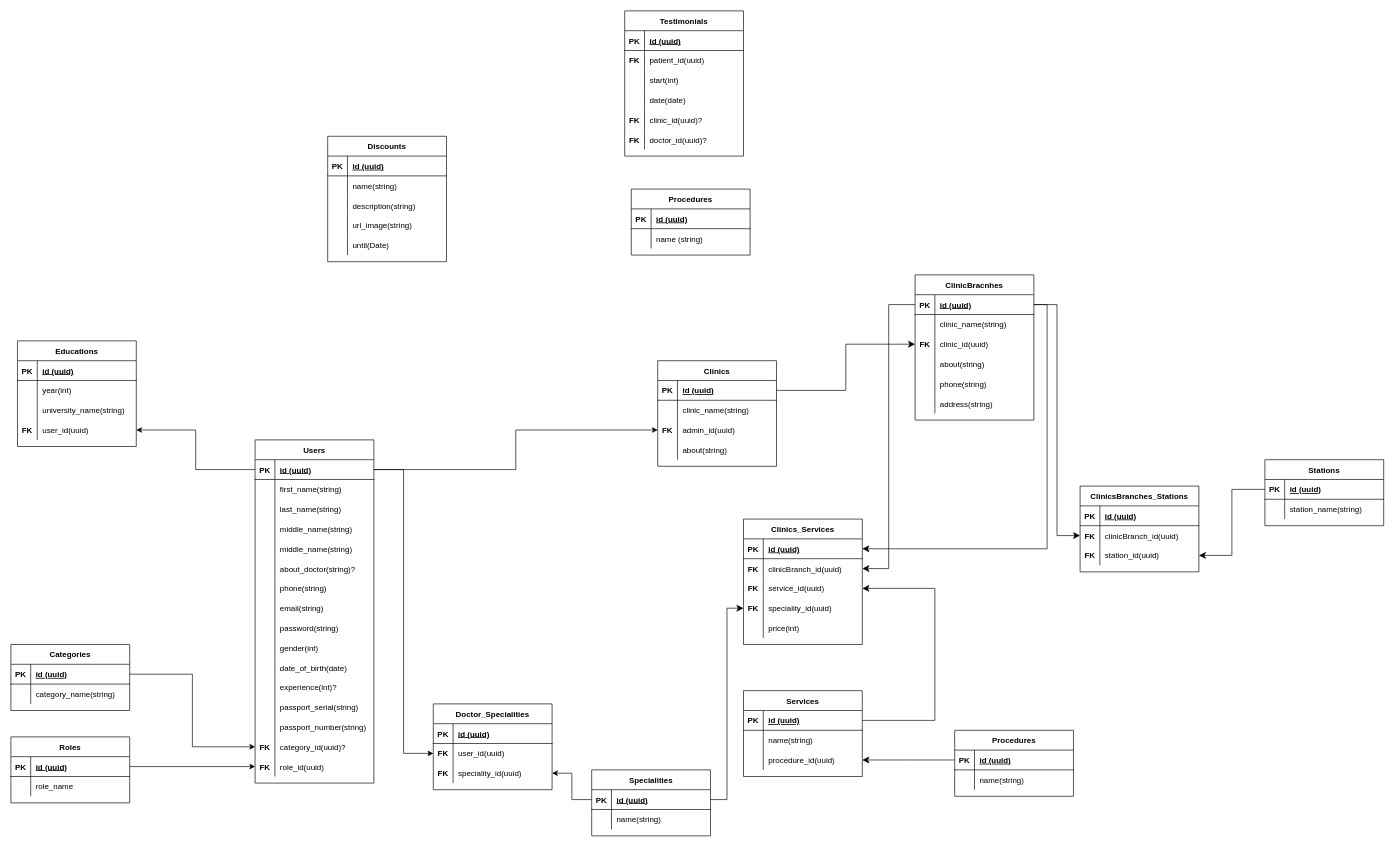
Before: Untitled Diagram.drawio in fao30/sector, a draw.io diagram. Source tidied: cells renumbered, new cells numbered last; positions are measured from the earlier drawing's top-left corner, leaving out a move shared by most shapes. Both pictures are drawn from the tidied source at 66%, with x=0, y=0 at pixel (11, 11).
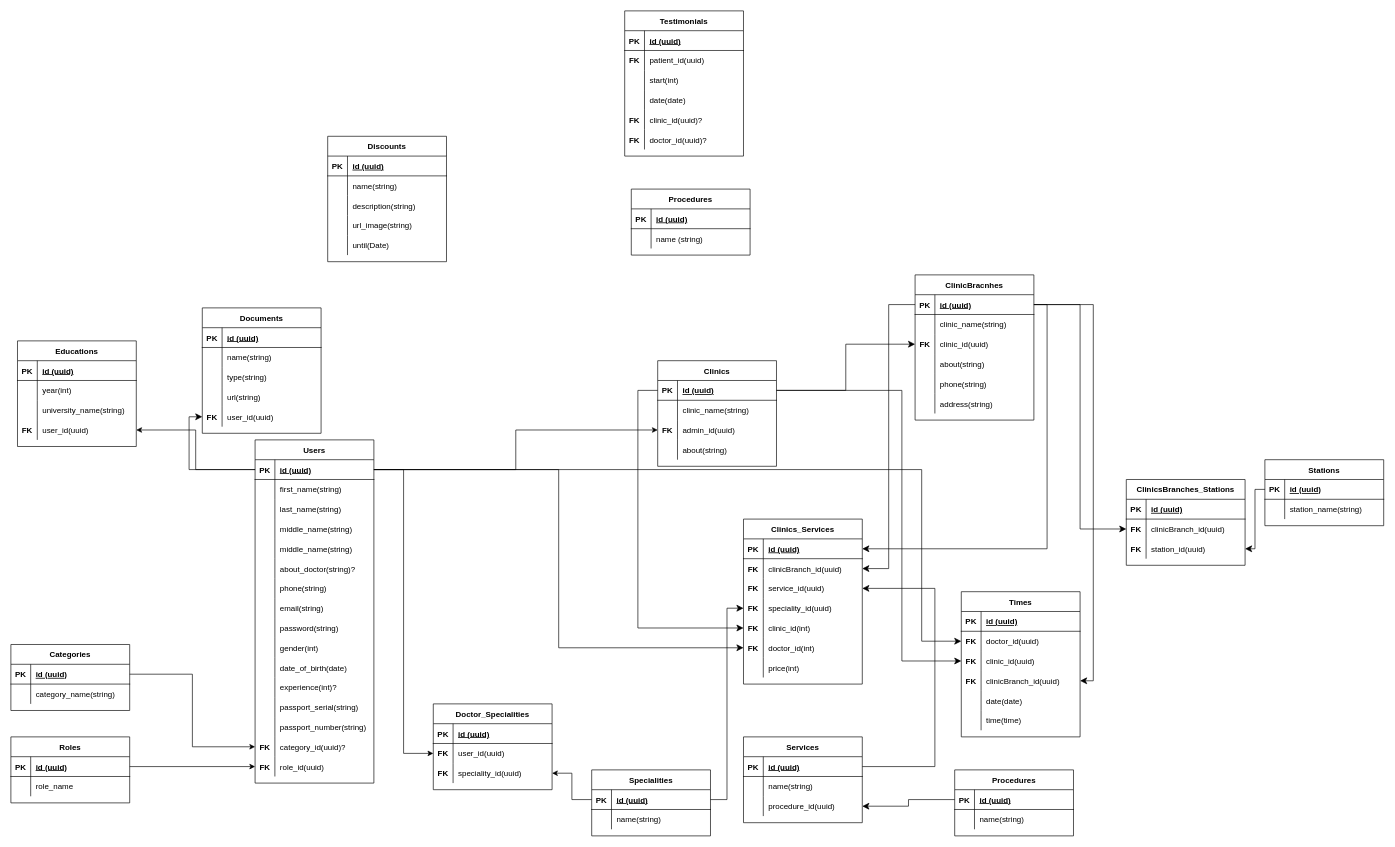
Above is the later version.

Unchanged cells that the change refers to:
```xml
<mxCell id="3" style="shape=tableRow;horizontal=0;startSize=0;swimlaneHead=0;swimlaneBody=0;fillColor=none;points=[[0,0.5],[1,0.5]];portConstraint=eastwest;top=0;left=0;right=0;bottom=1;" parent="2" vertex="1">
  <mxGeometry y="30" width="180" height="30" as="geometry" />
</mxCell>
<mxCell id="59" style="shape=tableRow;horizontal=0;startSize=0;swimlaneHead=0;swimlaneBody=0;fillColor=none;points=[[0,0.5],[1,0.5]];portConstraint=eastwest;top=0;left=0;right=0;bottom=1;" parent="58" vertex="1">
  <mxGeometry y="30" width="180" height="30" as="geometry" />
</mxCell>
<mxCell id="89" style="shape=tableRow;horizontal=0;startSize=0;swimlaneHead=0;swimlaneBody=0;fillColor=none;points=[[0,0.5],[1,0.5]];portConstraint=eastwest;top=0;left=0;right=0;bottom=1;" parent="88" vertex="1">
  <mxGeometry y="30" width="180" height="30" as="geometry" />
</mxCell>
<mxCell id="158" style="shape=tableRow;horizontal=0;startSize=0;swimlaneHead=0;swimlaneBody=0;fillColor=none;points=[[0,0.5],[1,0.5]];portConstraint=eastwest;top=0;left=0;right=0;bottom=1;" parent="157" vertex="1">
  <mxGeometry y="30" width="180" height="30" as="geometry" />
</mxCell>
<mxCell id="197" style="shape=tableRow;horizontal=0;startSize=0;swimlaneHead=0;swimlaneBody=0;fillColor=none;points=[[0,0.5],[1,0.5]];portConstraint=eastwest;top=0;left=0;right=0;bottom=0;" parent="190" vertex="1">
  <mxGeometry y="90" width="180" height="30" as="geometry" />
</mxCell>
<mxCell id="213" style="shape=tableRow;horizontal=0;startSize=0;swimlaneHead=0;swimlaneBody=0;fillColor=none;points=[[0,0.5],[1,0.5]];portConstraint=eastwest;top=0;left=0;right=0;bottom=0;" parent="200" vertex="1">
  <mxGeometry y="150" width="180" height="30" as="geometry" />
</mxCell>
```

Change to the diagram source:
```diff
@@
     <mxCell id="78" value="ClinicsBranches_Stations" style="shape=table;startSize=30;childLayout=tableLayout;rowLines=0;fontStyle=1;align=center;" parent="1" vertex="1">
-      <mxGeometry x="1620" y="720" width="180" height="130" as="geometry" />
+      <mxGeometry x="1690" y="710" width="180" height="130" as="geometry" />
     </mxCell>
@@
     <mxCell id="157" value="Procedures" style="shape=table;startSize=30;childLayout=tableLayout;rowLines=0;fontStyle=1;align=center;" parent="1" vertex="1">
-      <mxGeometry x="1430" y="1090" width="180" height="100" as="geometry" />
+      <mxGeometry x="1430" y="1150" width="180" height="100" as="geometry" />
     </mxCell>
@@
     <mxCell id="190" value="Services" style="shape=table;startSize=30;childLayout=tableLayout;rowLines=0;fontStyle=1;align=center;" parent="1" vertex="1">
-      <mxGeometry x="1110" y="1030" width="180" height="130" as="geometry" />
+      <mxGeometry x="1110" y="1100" width="180" height="130" as="geometry" />
     </mxCell>
@@
     <mxCell id="200" value="Clinics_Services" style="shape=table;startSize=30;childLayout=tableLayout;rowLines=0;fontStyle=1;align=center;" parent="1" vertex="1">
-      <mxGeometry x="1110" y="770" width="180" height="190" as="geometry" />
+      <mxGeometry x="1110" y="770" width="180" height="250" as="geometry" />
     </mxCell>
@@
-    <mxCell id="214" style="shape=partialRectangle;fillColor=none;top=0;left=0;bottom=0;right=0;overflow=hidden;fontStyle=1;" parent="213" vertex="1">
+    <mxCell id="214" value="FK" style="shape=partialRectangle;fillColor=none;top=0;left=0;bottom=0;right=0;overflow=hidden;fontStyle=1;" parent="213" vertex="1">
       <mxGeometry width="30" height="30" as="geometry" />
     </mxCell>
-    <mxCell id="215" value="price(int)" style="shape=partialRectangle;fillColor=none;top=0;left=0;bottom=0;right=0;align=left;spacingLeft=6;overflow=hidden;" parent="213" vertex="1">
+    <mxCell id="215" value="clinic_id(int)" style="shape=partialRectangle;fillColor=none;top=0;left=0;bottom=0;right=0;align=left;spacingLeft=6;overflow=hidden;" parent="213" vertex="1">
       <mxGeometry x="30" width="150" height="30" as="geometry" />
     </mxCell>
+    <mxCell id="233" style="shape=tableRow;horizontal=0;startSize=0;swimlaneHead=0;swimlaneBody=0;fillColor=none;points=[[0,0.5],[1,0.5]];portConstraint=eastwest;top=0;left=0;right=0;bottom=0;" parent="200" vertex="1">
+      <mxGeometry y="180" width="180" height="30" as="geometry" />
+    </mxCell>
+    <mxCell id="234" value="FK" style="shape=partialRectangle;fillColor=none;top=0;left=0;bottom=0;right=0;overflow=hidden;fontStyle=1;" parent="233" vertex="1">
+      <mxGeometry width="30" height="30" as="geometry" />
+    </mxCell>
+    <mxCell id="235" value="doctor_id(int)" style="shape=partialRectangle;fillColor=none;top=0;left=0;bottom=0;right=0;align=left;spacingLeft=6;overflow=hidden;" parent="233" vertex="1">
+      <mxGeometry x="30" width="150" height="30" as="geometry" />
+    </mxCell>
+    <mxCell id="236" style="shape=tableRow;horizontal=0;startSize=0;swimlaneHead=0;swimlaneBody=0;fillColor=none;top=0;left=0;right=0;bottom=0;" parent="200" vertex="1">
+      <mxGeometry y="210" width="180" height="30" as="geometry" />
+    </mxCell>
+    <mxCell id="237" style="shape=partialRectangle;fillColor=none;top=0;left=0;bottom=0;right=0;overflow=hidden;fontStyle=1;" parent="236" vertex="1">
+      <mxGeometry width="30" height="30" as="geometry" />
+    </mxCell>
+    <mxCell id="238" value="price(int)" style="shape=partialRectangle;fillColor=none;top=0;left=0;bottom=0;right=0;align=left;spacingLeft=6;overflow=hidden;" parent="236" vertex="1">
+      <mxGeometry x="30" width="150" height="30" as="geometry" />
+    </mxCell>
@@
-    <mxCell id="231" style="edgeStyle=elbowEdgeStyle;rounded=0;jettySize=auto;html=1;fontSize=12;startSize=8;endSize=8;exitX=0;exitY=0.5;exitDx=0;exitDy=0;" parent="1" edge="1" source="158">
-      <mxGeometry relative="1" as="geometry">
-        <mxPoint x="1290" y="1135" as="targetPoint" />
-      </mxGeometry>
+    <mxCell id="231" style="edgeStyle=elbowEdgeStyle;rounded=0;jettySize=auto;html=1;fontSize=12;startSize=8;endSize=8;exitX=0;exitY=0.5;exitDx=0;exitDy=0;entryX=1;entryY=0.5;entryDx=0;entryDy=0;" parent="1" edge="1" source="158" target="197">
+      <mxGeometry relative="1" as="geometry" />
     </mxCell>
@@
+    <mxCell id="239" value="Documents" style="shape=table;startSize=30;childLayout=tableLayout;rowLines=0;fontStyle=1;align=center;" parent="1" vertex="1">
+      <mxGeometry x="290" y="450" width="180" height="190" as="geometry" />
+    </mxCell>
+    <mxCell id="240" style="shape=tableRow;horizontal=0;startSize=0;swimlaneHead=0;swimlaneBody=0;fillColor=none;top=0;left=0;right=0;bottom=1;" parent="239" vertex="1">
+      <mxGeometry y="30" width="180" height="30" as="geometry" />
+    </mxCell>
+    <mxCell id="241" value="PK" style="shape=partialRectangle;fillColor=none;top=0;left=0;bottom=0;right=0;fontStyle=1;overflow=hidden;" parent="240" vertex="1">
+      <mxGeometry width="30" height="30" as="geometry" />
+    </mxCell>
+    <mxCell id="242" value="id (uuid)" style="shape=partialRectangle;fillColor=none;top=0;left=0;bottom=0;right=0;align=left;spacingLeft=6;fontStyle=5;overflow=hidden;" parent="240" vertex="1">
+      <mxGeometry x="30" width="150" height="30" as="geometry" />
+    </mxCell>
+    <mxCell id="243" style="shape=tableRow;horizontal=0;startSize=0;swimlaneHead=0;swimlaneBody=0;fillColor=none;top=0;left=0;right=0;bottom=0;" parent="239" vertex="1">
+      <mxGeometry y="60" width="180" height="30" as="geometry" />
+    </mxCell>
+    <mxCell id="244" style="shape=partialRectangle;fillColor=none;top=0;left=0;bottom=0;right=0;overflow=hidden;" parent="243" vertex="1">
+      <mxGeometry width="30" height="30" as="geometry" />
+    </mxCell>
+    <mxCell id="245" value="name(string)" style="shape=partialRectangle;fillColor=none;top=0;left=0;bottom=0;right=0;align=left;spacingLeft=6;overflow=hidden;" parent="243" vertex="1">
+      <mxGeometry x="30" width="150" height="30" as="geometry" />
+    </mxCell>
+    <mxCell id="246" style="shape=tableRow;horizontal=0;startSize=0;swimlaneHead=0;swimlaneBody=0;fillColor=none;top=0;left=0;right=0;bottom=0;" parent="239" vertex="1">
+      <mxGeometry y="90" width="180" height="30" as="geometry" />
+    </mxCell>
+    <mxCell id="247" style="shape=partialRectangle;fillColor=none;top=0;left=0;bottom=0;right=0;overflow=hidden;" parent="246" vertex="1">
+      <mxGeometry width="30" height="30" as="geometry" />
+    </mxCell>
+    <mxCell id="248" value="type(string)" style="shape=partialRectangle;fillColor=none;top=0;left=0;bottom=0;right=0;align=left;spacingLeft=6;overflow=hidden;" parent="246" vertex="1">
+      <mxGeometry x="30" width="150" height="30" as="geometry" />
+    </mxCell>
+    <mxCell id="249" style="shape=tableRow;horizontal=0;startSize=0;swimlaneHead=0;swimlaneBody=0;fillColor=none;top=0;left=0;right=0;bottom=0;" parent="239" vertex="1">
+      <mxGeometry y="120" width="180" height="30" as="geometry" />
+    </mxCell>
+    <mxCell id="250" style="shape=partialRectangle;fillColor=none;top=0;left=0;bottom=0;right=0;overflow=hidden;" parent="249" vertex="1">
+      <mxGeometry width="30" height="30" as="geometry" />
+    </mxCell>
+    <mxCell id="251" value="url(string)" style="shape=partialRectangle;fillColor=none;top=0;left=0;bottom=0;right=0;align=left;spacingLeft=6;overflow=hidden;" parent="249" vertex="1">
+      <mxGeometry x="30" width="150" height="30" as="geometry" />
+    </mxCell>
+    <mxCell id="252" style="shape=tableRow;horizontal=0;startSize=0;swimlaneHead=0;swimlaneBody=0;fillColor=none;points=[[0,0.5],[1,0.5]];portConstraint=eastwest;top=0;left=0;right=0;bottom=0;" parent="239" vertex="1">
+      <mxGeometry y="150" width="180" height="30" as="geometry" />
+    </mxCell>
+    <mxCell id="253" value="FK" style="shape=partialRectangle;fillColor=none;top=0;left=0;bottom=0;right=0;overflow=hidden;fontStyle=1;" parent="252" vertex="1">
+      <mxGeometry width="30" height="30" as="geometry" />
+    </mxCell>
+    <mxCell id="254" value="user_id(uuid)" style="shape=partialRectangle;fillColor=none;top=0;left=0;bottom=0;right=0;align=left;spacingLeft=6;overflow=hidden;" parent="252" vertex="1">
+      <mxGeometry x="30" width="150" height="30" as="geometry" />
+    </mxCell>
+    <mxCell id="255" style="edgeStyle=elbowEdgeStyle;rounded=0;jettySize=auto;html=1;exitX=0;exitY=0.5;exitDx=0;exitDy=0;entryX=0;entryY=0.5;entryDx=0;entryDy=0;fontSize=12;startSize=8;endSize=8;" parent="1" edge="1" source="3" target="252">
+      <mxGeometry relative="1" as="geometry">
+        <Array as="points">
+          <mxPoint x="270" y="640" />
+        </Array>
+      </mxGeometry>
+    </mxCell>
+    <mxCell id="256" style="edgeStyle=elbowEdgeStyle;rounded=0;jettySize=auto;html=1;exitX=0;exitY=0.5;exitDx=0;exitDy=0;entryX=0;entryY=0.5;entryDx=0;entryDy=0;fontSize=12;startSize=8;endSize=8;" parent="1" edge="1" source="59" target="213">
+      <mxGeometry relative="1" as="geometry">
+        <Array as="points">
+          <mxPoint x="950" y="760" />
+        </Array>
+      </mxGeometry>
+    </mxCell>
+    <mxCell id="257" style="edgeStyle=elbowEdgeStyle;rounded=0;jettySize=auto;html=1;exitX=1;exitY=0.5;exitDx=0;exitDy=0;entryX=0;entryY=0.5;entryDx=0;entryDy=0;fontSize=12;startSize=8;endSize=8;" parent="1" edge="1" source="3" target="233">
+      <mxGeometry relative="1" as="geometry" />
+    </mxCell>
+    <mxCell id="258" value="Times" style="shape=table;startSize=30;childLayout=tableLayout;rowLines=0;fontStyle=1;align=center;" parent="1" vertex="1">
+      <mxGeometry x="1440" y="880" width="180" height="220" as="geometry" />
+    </mxCell>
+    <mxCell id="259" style="shape=tableRow;horizontal=0;startSize=0;swimlaneHead=0;swimlaneBody=0;fillColor=none;top=0;left=0;right=0;bottom=1;" parent="258" vertex="1">
+      <mxGeometry y="30" width="180" height="30" as="geometry" />
+    </mxCell>
+    <mxCell id="260" value="PK" style="shape=partialRectangle;fillColor=none;top=0;left=0;bottom=0;right=0;fontStyle=1;overflow=hidden;" parent="259" vertex="1">
+      <mxGeometry width="30" height="30" as="geometry" />
+    </mxCell>
+    <mxCell id="261" value="id (uuid)" style="shape=partialRectangle;fillColor=none;top=0;left=0;bottom=0;right=0;align=left;spacingLeft=6;fontStyle=5;overflow=hidden;" parent="259" vertex="1">
+      <mxGeometry x="30" width="150" height="30" as="geometry" />
+    </mxCell>
+    <mxCell id="262" style="shape=tableRow;horizontal=0;startSize=0;swimlaneHead=0;swimlaneBody=0;fillColor=none;points=[[0,0.5],[1,0.5]];portConstraint=eastwest;top=0;left=0;right=0;bottom=0;" parent="258" vertex="1">
+      <mxGeometry y="60" width="180" height="30" as="geometry" />
+    </mxCell>
+    <mxCell id="263" value="FK" style="shape=partialRectangle;fillColor=none;top=0;left=0;bottom=0;right=0;overflow=hidden;fontStyle=1;" parent="262" vertex="1">
+      <mxGeometry width="30" height="30" as="geometry" />
+    </mxCell>
+    <mxCell id="264" value="doctor_id(uuid)" style="shape=partialRectangle;fillColor=none;top=0;left=0;bottom=0;right=0;align=left;spacingLeft=6;overflow=hidden;" parent="262" vertex="1">
+      <mxGeometry x="30" width="150" height="30" as="geometry" />
+    </mxCell>
+    <mxCell id="265" style="shape=tableRow;horizontal=0;startSize=0;swimlaneHead=0;swimlaneBody=0;fillColor=none;points=[[0,0.5],[1,0.5]];portConstraint=eastwest;top=0;left=0;right=0;bottom=0;" parent="258" vertex="1">
+      <mxGeometry y="90" width="180" height="30" as="geometry" />
+    </mxCell>
+    <mxCell id="266" value="FK" style="shape=partialRectangle;fillColor=none;top=0;left=0;bottom=0;right=0;overflow=hidden;fontStyle=1;" parent="265" vertex="1">
+      <mxGeometry width="30" height="30" as="geometry" />
+    </mxCell>
+    <mxCell id="267" value="clinic_id(uuid)" style="shape=partialRectangle;fillColor=none;top=0;left=0;bottom=0;right=0;align=left;spacingLeft=6;overflow=hidden;" parent="265" vertex="1">
+      <mxGeometry x="30" width="150" height="30" as="geometry" />
+    </mxCell>
+    <mxCell id="268" style="shape=tableRow;horizontal=0;startSize=0;swimlaneHead=0;swimlaneBody=0;fillColor=none;points=[[0,0.5],[1,0.5]];portConstraint=eastwest;top=0;left=0;right=0;bottom=0;" parent="258" vertex="1">
+      <mxGeometry y="120" width="180" height="30" as="geometry" />
+    </mxCell>
+    <mxCell id="269" value="FK" style="shape=partialRectangle;fillColor=none;top=0;left=0;bottom=0;right=0;overflow=hidden;fontStyle=1;" parent="268" vertex="1">
+      <mxGeometry width="30" height="30" as="geometry" />
+    </mxCell>
+    <mxCell id="270" value="clinicBranch_id(uuid)" style="shape=partialRectangle;fillColor=none;top=0;left=0;bottom=0;right=0;align=left;spacingLeft=6;overflow=hidden;" parent="268" vertex="1">
+      <mxGeometry x="30" width="150" height="30" as="geometry" />
+    </mxCell>
+    <mxCell id="271" style="shape=tableRow;horizontal=0;startSize=0;swimlaneHead=0;swimlaneBody=0;fillColor=none;top=0;left=0;right=0;bottom=0;" parent="258" vertex="1">
+      <mxGeometry y="150" width="180" height="30" as="geometry" />
+    </mxCell>
+    <mxCell id="272" style="shape=partialRectangle;fillColor=none;top=0;left=0;bottom=0;right=0;overflow=hidden;fontStyle=1;" parent="271" vertex="1">
+      <mxGeometry width="30" height="30" as="geometry" />
+    </mxCell>
+    <mxCell id="273" value="date(date)" style="shape=partialRectangle;fillColor=none;top=0;left=0;bottom=0;right=0;align=left;spacingLeft=6;overflow=hidden;" parent="271" vertex="1">
+      <mxGeometry x="30" width="150" height="30" as="geometry" />
+    </mxCell>
+    <mxCell id="274" style="shape=tableRow;horizontal=0;startSize=0;swimlaneHead=0;swimlaneBody=0;fillColor=none;top=0;left=0;right=0;bottom=0;" parent="258" vertex="1">
+      <mxGeometry y="180" width="180" height="30" as="geometry" />
+    </mxCell>
+    <mxCell id="275" style="shape=partialRectangle;fillColor=none;top=0;left=0;bottom=0;right=0;overflow=hidden;fontStyle=1;" parent="274" vertex="1">
+      <mxGeometry width="30" height="30" as="geometry" />
+    </mxCell>
+    <mxCell id="276" value="time(time)" style="shape=partialRectangle;fillColor=none;top=0;left=0;bottom=0;right=0;align=left;spacingLeft=6;overflow=hidden;" parent="274" vertex="1">
+      <mxGeometry x="30" width="150" height="30" as="geometry" />
+    </mxCell>
+    <mxCell id="277" style="edgeStyle=elbowEdgeStyle;rounded=0;jettySize=auto;html=1;exitX=1;exitY=0.5;exitDx=0;exitDy=0;entryX=0;entryY=0.5;entryDx=0;entryDy=0;fontSize=12;startSize=8;endSize=8;" parent="1" edge="1" source="59" target="265">
+      <mxGeometry relative="1" as="geometry">
+        <Array as="points">
+          <mxPoint x="1350" y="780" />
+        </Array>
+      </mxGeometry>
+    </mxCell>
+    <mxCell id="278" style="edgeStyle=elbowEdgeStyle;rounded=0;jettySize=auto;html=1;exitX=1;exitY=0.5;exitDx=0;exitDy=0;entryX=0;entryY=0.5;entryDx=0;entryDy=0;fontSize=12;startSize=8;endSize=8;" parent="1" edge="1" source="3" target="262">
+      <mxGeometry relative="1" as="geometry">
+        <Array as="points">
+          <mxPoint x="1380" y="820" />
+        </Array>
+      </mxGeometry>
+    </mxCell>
+    <mxCell id="279" style="edgeStyle=elbowEdgeStyle;rounded=0;jettySize=auto;html=1;exitX=1;exitY=0.5;exitDx=0;exitDy=0;entryX=1;entryY=0.5;entryDx=0;entryDy=0;fontSize=12;startSize=8;endSize=8;" parent="1" edge="1" source="89" target="268">
+      <mxGeometry relative="1" as="geometry">
+        <Array as="points">
+          <mxPoint x="1640" y="740" />
+        </Array>
+      </mxGeometry>
+    </mxCell>
```
